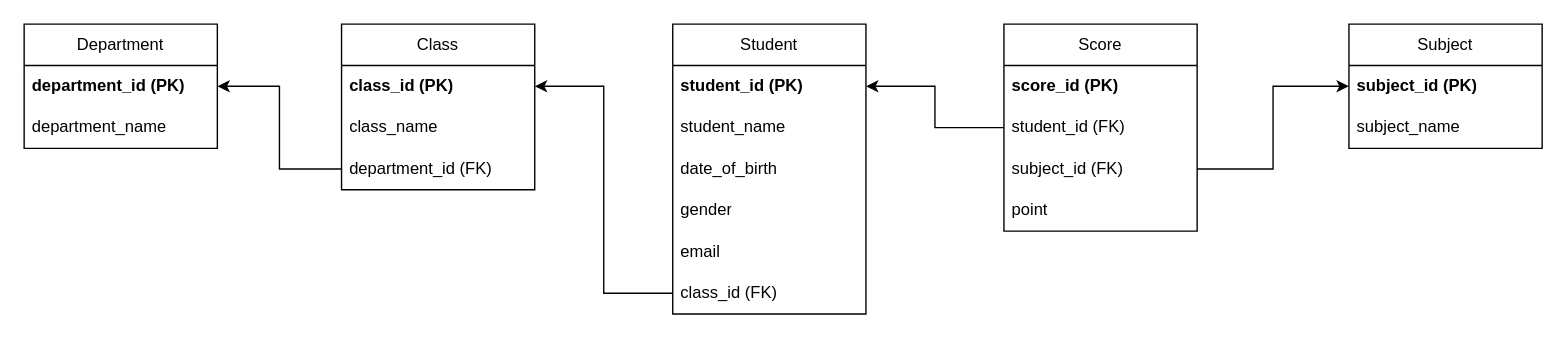
Before: Tables-relationship-ver1.drawio in VuongTCuong/StudentManagement, a draw.io diagram. Source tidied: cells renumbered, new cells numbered last; positions are measured from the earlier drawing's top-left corner, leaving out a move shared by most shapes. Both pictures are drawn from the tidied source at 138%, with x=0, y=0 at pixel (23, 23).
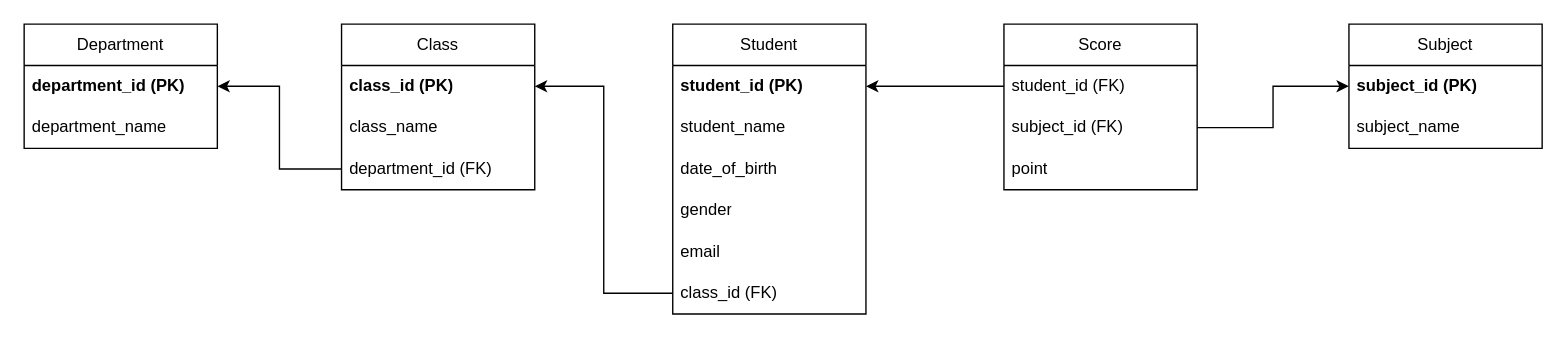
Above is the later version.

Diff of the diagram source:
```diff
@@
     <mxCell id="18" value="Score" style="swimlane;fontStyle=0;horizontal=1;startSize=30;whiteSpace=wrap;html=1;" parent="1" vertex="1">
-      <mxGeometry x="710" width="140" height="150" as="geometry" />
+      <mxGeometry x="710" width="140" height="120" as="geometry" />
     </mxCell>
-    <mxCell id="19" value="&lt;b&gt;score_id (PK)&lt;/b&gt;" style="text;strokeColor=none;fillColor=none;align=left;verticalAlign=middle;spacingLeft=4;spacingRight=4;overflow=hidden;whiteSpace=wrap;html=1;" parent="18" vertex="1">
-      <mxGeometry y="30" width="140" height="30" as="geometry" />
-    </mxCell>
     <mxCell id="20" value="student_id (FK)" style="text;strokeColor=none;fillColor=none;align=left;verticalAlign=middle;spacingLeft=4;spacingRight=4;overflow=hidden;points=[[0,0.5],[1,0.5]];portConstraint=eastwest;whiteSpace=wrap;html=1;" parent="18" vertex="1">
-      <mxGeometry y="60" width="140" height="30" as="geometry" />
+      <mxGeometry y="30" width="140" height="30" as="geometry" />
     </mxCell>
     <mxCell id="21" value="subject_id (FK)" style="text;strokeColor=none;fillColor=none;align=left;verticalAlign=middle;spacingLeft=4;spacingRight=4;overflow=hidden;points=[[0,0.5],[1,0.5]];portConstraint=eastwest;whiteSpace=wrap;html=1;" parent="18" vertex="1">
-      <mxGeometry y="90" width="140" height="30" as="geometry" />
+      <mxGeometry y="60" width="140" height="30" as="geometry" />
     </mxCell>
     <mxCell id="22" value="point" style="text;strokeColor=none;fillColor=none;align=left;verticalAlign=middle;spacingLeft=4;spacingRight=4;overflow=hidden;whiteSpace=wrap;html=1;" parent="18" vertex="1">
-      <mxGeometry y="120" width="140" height="30" as="geometry" />
+      <mxGeometry y="90" width="140" height="30" as="geometry" />
     </mxCell>
```
